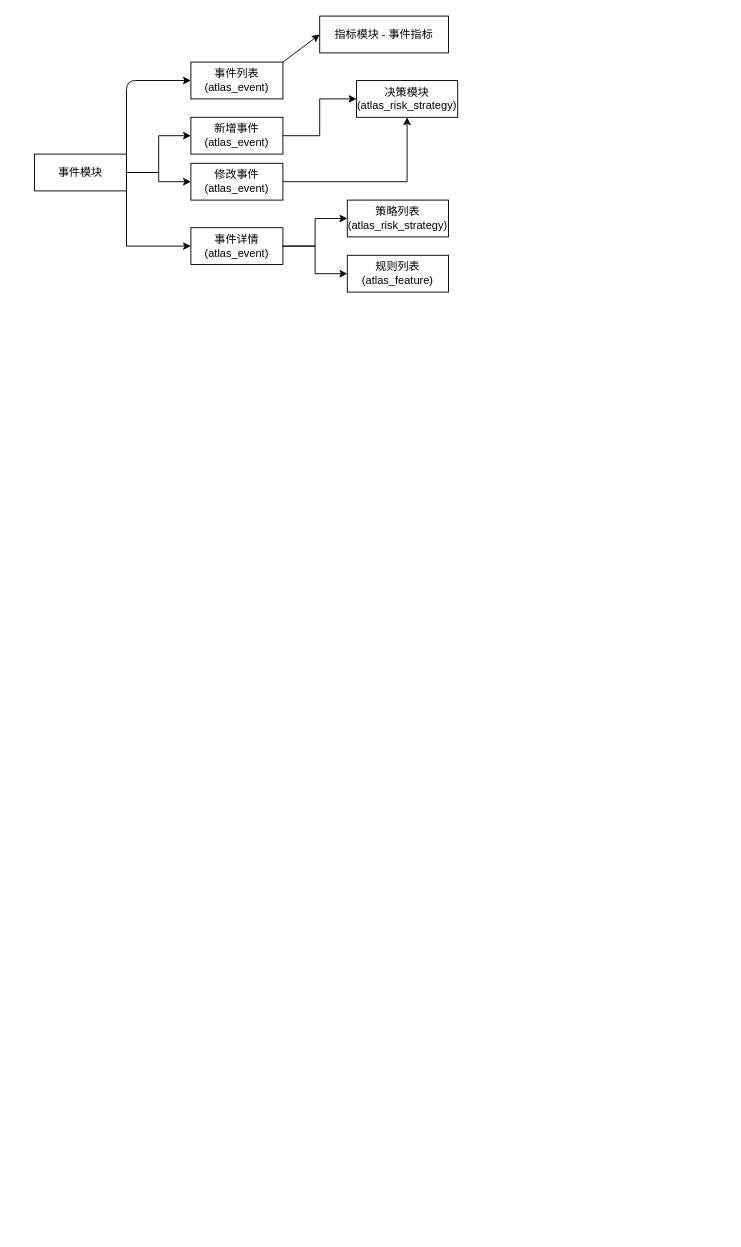
Before: strategy-4-user-case.drawio in learn2Pro/draw_io_save, a draw.io diagram. Source tidied: cells renumbered, new cells numbered last; positions are measured from the earlier drawing's top-left corner, leaving out a move shared by most shapes. Both pictures are drawn from the tidied source at 92%, with x=0, y=0 at pixel (34, 16).
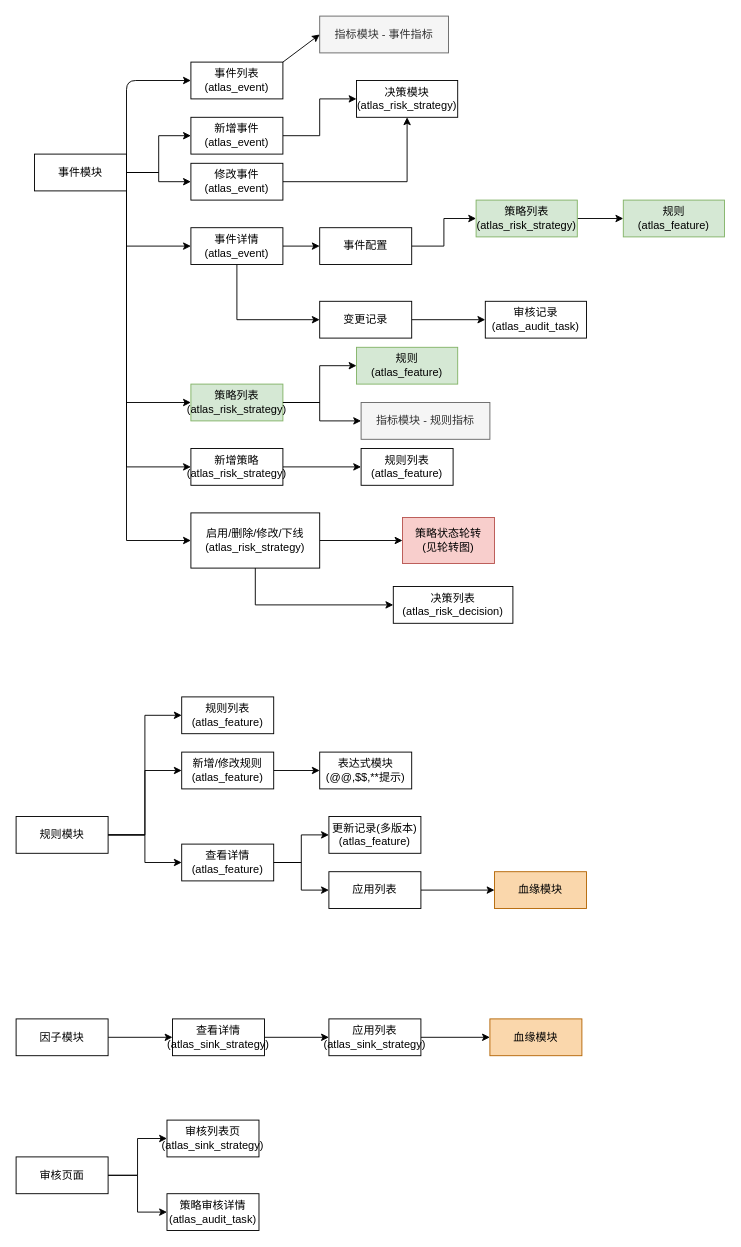
The same diagram, later.

The change refers to these unchanged cells:
```xml
<mxCell id="3" value="事件模块" style="rounded=0;whiteSpace=wrap;html=1;" parent="1" vertex="1">
  <mxGeometry y="150" width="100" height="40" as="geometry" />
</mxCell>
<mxCell id="15" value="事件详情(atlas_event)" style="rounded=0;whiteSpace=wrap;html=1;" parent="1" vertex="1">
  <mxGeometry x="170" y="230" width="100" height="40" as="geometry" />
</mxCell>
```

Change to the diagram source:
```diff
@@
+    <mxCell id="20" style="edgeStyle=orthogonalEdgeStyle;rounded=0;jettySize=auto;html=1;exitX=1;exitY=0.5;exitDx=0;exitDy=0;entryX=0;entryY=0.5;entryDx=0;entryDy=0;" parent="1" edge="1" source="3" target="28">
+      <mxGeometry relative="1" as="geometry">
+        <Array as="points">
+          <mxPoint x="100" y="420" />
+        </Array>
+      </mxGeometry>
+    </mxCell>
@@
-    <mxCell id="5" value="指标模块 - 事件指标" style="rounded=0;whiteSpace=wrap;html=1;" parent="1" vertex="1">
+    <mxCell id="5" value="指标模块 - 事件指标" style="rounded=0;whiteSpace=wrap;html=1;fillColor=#f5f5f5;strokeColor=#666666;fontColor=#333333;" parent="1" vertex="1">
       <mxGeometry x="310" width="140" height="40" as="geometry" />
     </mxCell>
@@
-    <mxCell id="14" style="edgeStyle=orthogonalEdgeStyle;rounded=0;jettySize=auto;html=1;entryX=0;entryY=0.5;entryDx=0;entryDy=0;" parent="1" edge="1" source="15" target="18">
-      <mxGeometry relative="1" as="geometry" />
-    </mxCell>
+    <mxCell id="21" style="edgeStyle=orthogonalEdgeStyle;rounded=0;jettySize=auto;html=1;" parent="1" edge="1" source="15" target="24">
+      <mxGeometry relative="1" as="geometry" />
+    </mxCell>
+    <mxCell id="22" style="edgeStyle=orthogonalEdgeStyle;rounded=0;jettySize=auto;html=1;entryX=0;entryY=0.5;entryDx=0;entryDy=0;" parent="1" edge="1" source="15" target="26">
+      <mxGeometry relative="1" as="geometry">
+        <Array as="points">
+          <mxPoint x="220" y="330" />
+        </Array>
+      </mxGeometry>
+    </mxCell>
@@
+    <mxCell id="23" style="edgeStyle=orthogonalEdgeStyle;rounded=0;jettySize=auto;html=1;" parent="1" edge="1" source="17" target="18">
+      <mxGeometry relative="1" as="geometry" />
+    </mxCell>
-    <mxCell id="17" value="策略列表(atlas_risk_strategy)" style="rounded=0;whiteSpace=wrap;html=1;" parent="1" vertex="1">
-      <mxGeometry x="340" y="200" width="110" height="40" as="geometry" />
+    <mxCell id="17" value="策略列表(atlas_risk_strategy)" style="rounded=0;whiteSpace=wrap;html=1;fillColor=#d5e8d4;strokeColor=#82b366;" parent="1" vertex="1">
+      <mxGeometry x="480" y="200" width="110" height="40" as="geometry" />
     </mxCell>
-    <mxCell id="18" value="规则列表(atlas_feature)" style="rounded=0;whiteSpace=wrap;html=1;" parent="1" vertex="1">
-      <mxGeometry x="340" y="260" width="110" height="40" as="geometry" />
+    <mxCell id="18" value="规则&lt;br&gt;(atlas_feature)" style="rounded=0;whiteSpace=wrap;html=1;fillColor=#d5e8d4;strokeColor=#82b366;" parent="1" vertex="1">
+      <mxGeometry x="640" y="200" width="110" height="40" as="geometry" />
     </mxCell>
-    <mxCell id="19" style="edgeStyle=orthogonalEdgeStyle;rounded=0;jettySize=auto;html=1;entryX=0;entryY=0.5;entryDx=0;entryDy=0;exitX=1;exitY=0.5;exitDx=0;exitDy=0;" parent="1" edge="1" source="15" target="17">
+    <mxCell id="19" style="edgeStyle=orthogonalEdgeStyle;rounded=0;jettySize=auto;html=1;entryX=0;entryY=0.5;entryDx=0;entryDy=0;exitX=1;exitY=0.5;exitDx=0;exitDy=0;" parent="1" edge="1" source="24" target="17">
       <mxGeometry relative="1" as="geometry" />
     </mxCell>
+    <mxCell id="24" value="事件配置" style="rounded=0;whiteSpace=wrap;html=1;" parent="1" vertex="1">
+      <mxGeometry x="310" y="230" width="100" height="40" as="geometry" />
+    </mxCell>
+    <mxCell id="25" style="edgeStyle=orthogonalEdgeStyle;rounded=0;jettySize=auto;html=1;" parent="1" edge="1" source="26" target="27">
+      <mxGeometry relative="1" as="geometry" />
+    </mxCell>
+    <mxCell id="26" value="变更记录" style="rounded=0;whiteSpace=wrap;html=1;" parent="1" vertex="1">
+      <mxGeometry x="310" y="310" width="100" height="40" as="geometry" />
+    </mxCell>
+    <mxCell id="27" value="审核记录(atlas_audit_task)" style="rounded=0;whiteSpace=wrap;html=1;" parent="1" vertex="1">
+      <mxGeometry x="490" y="310" width="110" height="40" as="geometry" />
+    </mxCell>
+    <mxCell id="28" value="策略列表(atlas_risk_strategy)" style="rounded=0;whiteSpace=wrap;html=1;fillColor=#d5e8d4;strokeColor=#82b366;" parent="1" vertex="1">
+      <mxGeometry x="170" y="400" width="100" height="40" as="geometry" />
+    </mxCell>
+    <mxCell id="29" value="规则&lt;br&gt;(atlas_feature)" style="rounded=0;whiteSpace=wrap;html=1;fillColor=#d5e8d4;strokeColor=#82b366;" parent="1" vertex="1">
+      <mxGeometry x="350" y="360" width="110" height="40" as="geometry" />
+    </mxCell>
+    <mxCell id="30" style="edgeStyle=orthogonalEdgeStyle;rounded=0;jettySize=auto;html=1;exitX=1;exitY=0.5;exitDx=0;exitDy=0;entryX=0;entryY=0.5;entryDx=0;entryDy=0;" parent="1" edge="1" source="28" target="35">
+      <mxGeometry relative="1" as="geometry">
+        <Array as="points">
+          <mxPoint x="310" y="420" />
+          <mxPoint x="310" y="440" />
+        </Array>
+      </mxGeometry>
+    </mxCell>
+    <mxCell id="31" style="edgeStyle=orthogonalEdgeStyle;rounded=0;jettySize=auto;html=1;entryX=0;entryY=0.5;entryDx=0;entryDy=0;" parent="1" edge="1" target="33">
+      <mxGeometry relative="1" as="geometry">
+        <mxPoint x="100" y="170" as="sourcePoint" />
+        <Array as="points">
+          <mxPoint x="100" y="490" />
+        </Array>
+      </mxGeometry>
+    </mxCell>
+    <mxCell id="32" style="edgeStyle=orthogonalEdgeStyle;rounded=0;jettySize=auto;html=1;" parent="1" edge="1" source="33" target="34">
+      <mxGeometry relative="1" as="geometry" />
+    </mxCell>
+    <mxCell id="33" value="新增策略(atlas_risk_strategy)" style="rounded=0;whiteSpace=wrap;html=1;" parent="1" vertex="1">
+      <mxGeometry x="170" y="470" width="100" height="40" as="geometry" />
+    </mxCell>
+    <mxCell id="34" value="规则列表(atlas_feature)" style="rounded=0;whiteSpace=wrap;html=1;" parent="1" vertex="1">
+      <mxGeometry x="355" y="470" width="100" height="40" as="geometry" />
+    </mxCell>
+    <mxCell id="35" value="指标模块 - 规则指标" style="rounded=0;whiteSpace=wrap;html=1;fillColor=#f5f5f5;strokeColor=#666666;fontColor=#333333;" parent="1" vertex="1">
+      <mxGeometry x="355" y="420" width="140" height="40" as="geometry" />
+    </mxCell>
+    <mxCell id="36" style="edgeStyle=orthogonalEdgeStyle;rounded=0;jettySize=auto;html=1;exitX=1;exitY=0.5;exitDx=0;exitDy=0;entryX=0;entryY=0.5;entryDx=0;entryDy=0;" parent="1" edge="1" source="28" target="29">
+      <mxGeometry relative="1" as="geometry" />
+    </mxCell>
+    <mxCell id="37" style="edgeStyle=orthogonalEdgeStyle;rounded=0;jettySize=auto;html=1;" parent="1" edge="1" source="38" target="40">
+      <mxGeometry relative="1" as="geometry" />
+    </mxCell>
+    <mxCell id="38" value="启用/删除/修改/下线(atlas_risk_strategy)" style="rounded=0;whiteSpace=wrap;html=1;" parent="1" vertex="1">
+      <mxGeometry x="170" y="540" width="140" height="60" as="geometry" />
+    </mxCell>
+    <mxCell id="39" style="edgeStyle=orthogonalEdgeStyle;rounded=0;jettySize=auto;html=1;entryX=0;entryY=0.5;entryDx=0;entryDy=0;" parent="1" edge="1" target="38">
+      <mxGeometry relative="1" as="geometry">
+        <mxPoint x="100" y="170" as="sourcePoint" />
+        <Array as="points">
+          <mxPoint x="100" y="570" />
+        </Array>
+      </mxGeometry>
+    </mxCell>
+    <mxCell id="40" value="策略状态轮转&lt;br&gt;(见轮转图)" style="whiteSpace=wrap;html=1;rounded=0;fillColor=#f8cecc;strokeColor=#b85450;" parent="1" vertex="1">
+      <mxGeometry x="400" y="545" width="100" height="50" as="geometry" />
+    </mxCell>
+    <mxCell id="41" value="决策列表(atlas_risk_decision)" style="rounded=0;whiteSpace=wrap;html=1;" parent="1" vertex="1">
+      <mxGeometry x="390" y="620" width="130" height="40" as="geometry" />
+    </mxCell>
+    <mxCell id="42" style="edgeStyle=orthogonalEdgeStyle;rounded=0;jettySize=auto;html=1;exitX=0.5;exitY=1;exitDx=0;exitDy=0;entryX=0;entryY=0.5;entryDx=0;entryDy=0;" parent="1" edge="1" source="38" target="41">
+      <mxGeometry relative="1" as="geometry" />
+    </mxCell>
+    <mxCell id="43" style="edgeStyle=orthogonalEdgeStyle;rounded=0;jettySize=auto;html=1;entryX=0;entryY=0.5;entryDx=0;entryDy=0;" parent="1" edge="1" source="44" target="45">
+      <mxGeometry relative="1" as="geometry" />
+    </mxCell>
+    <mxCell id="44" value="规则模块" style="rounded=0;whiteSpace=wrap;html=1;" parent="1" vertex="1">
+      <mxGeometry x="-20" y="870" width="100" height="40" as="geometry" />
+    </mxCell>
+    <mxCell id="45" value="规则列表&lt;br&gt;(atlas_feature)" style="whiteSpace=wrap;html=1;rounded=0;" parent="1" vertex="1">
+      <mxGeometry x="160" y="740" width="100" height="40" as="geometry" />
+    </mxCell>
+    <mxCell id="46" style="edgeStyle=orthogonalEdgeStyle;rounded=0;jettySize=auto;html=1;" parent="1" edge="1" source="47" target="49">
+      <mxGeometry relative="1" as="geometry" />
+    </mxCell>
+    <mxCell id="47" value="新增/修改规则&lt;br&gt;(atlas_feature)" style="whiteSpace=wrap;html=1;rounded=0;" parent="1" vertex="1">
+      <mxGeometry x="160" y="800" width="100" height="40" as="geometry" />
+    </mxCell>
+    <mxCell id="48" style="edgeStyle=orthogonalEdgeStyle;rounded=0;jettySize=auto;html=1;entryX=0;entryY=0.5;entryDx=0;entryDy=0;exitX=1;exitY=0.5;exitDx=0;exitDy=0;" parent="1" edge="1" source="44" target="51">
+      <mxGeometry relative="1" as="geometry" />
+    </mxCell>
+    <mxCell id="49" value="表达式模块(@@,$$,**提示)" style="whiteSpace=wrap;html=1;rounded=0;" parent="1" vertex="1">
+      <mxGeometry x="310" y="800" width="100" height="40" as="geometry" />
+    </mxCell>
+    <mxCell id="50" style="edgeStyle=orthogonalEdgeStyle;rounded=0;jettySize=auto;html=1;" parent="1" edge="1" source="51" target="53">
+      <mxGeometry relative="1" as="geometry" />
+    </mxCell>
+    <mxCell id="51" value="查看详情&lt;br&gt;(atlas_feature)" style="whiteSpace=wrap;html=1;rounded=0;" parent="1" vertex="1">
+      <mxGeometry x="160" y="900" width="100" height="40" as="geometry" />
+    </mxCell>
+    <mxCell id="52" style="edgeStyle=orthogonalEdgeStyle;rounded=0;jettySize=auto;html=1;entryX=0;entryY=0.5;entryDx=0;entryDy=0;exitX=1;exitY=0.5;exitDx=0;exitDy=0;" parent="1" edge="1" source="44" target="47">
+      <mxGeometry relative="1" as="geometry" />
+    </mxCell>
+    <mxCell id="53" value="更新记录(多版本)&lt;br&gt;(atlas_feature)" style="whiteSpace=wrap;html=1;rounded=0;" parent="1" vertex="1">
+      <mxGeometry x="320" y="870" width="100" height="40" as="geometry" />
+    </mxCell>
+    <mxCell id="54" style="edgeStyle=orthogonalEdgeStyle;rounded=0;jettySize=auto;html=1;" parent="1" edge="1" source="55" target="57">
+      <mxGeometry relative="1" as="geometry" />
+    </mxCell>
+    <mxCell id="55" value="应用列表" style="whiteSpace=wrap;html=1;rounded=0;" parent="1" vertex="1">
+      <mxGeometry x="320" y="930" width="100" height="40" as="geometry" />
+    </mxCell>
+    <mxCell id="56" style="edgeStyle=orthogonalEdgeStyle;rounded=0;jettySize=auto;html=1;exitX=1;exitY=0.5;exitDx=0;exitDy=0;entryX=0;entryY=0.5;entryDx=0;entryDy=0;" parent="1" edge="1" source="51" target="55">
+      <mxGeometry relative="1" as="geometry" />
+    </mxCell>
+    <mxCell id="57" value="血缘模块" style="whiteSpace=wrap;html=1;rounded=0;fillColor=#fad7ac;strokeColor=#b46504;" parent="1" vertex="1">
+      <mxGeometry x="500" y="930" width="100" height="40" as="geometry" />
+    </mxCell>
+    <mxCell id="58" style="edgeStyle=orthogonalEdgeStyle;rounded=0;jettySize=auto;html=1;" parent="1" edge="1" source="59" target="61">
+      <mxGeometry relative="1" as="geometry" />
+    </mxCell>
+    <mxCell id="59" value="因子模块" style="rounded=0;whiteSpace=wrap;html=1;" parent="1" vertex="1">
+      <mxGeometry x="-20" y="1090" width="100" height="40" as="geometry" />
+    </mxCell>
+    <mxCell id="60" style="edgeStyle=orthogonalEdgeStyle;rounded=0;jettySize=auto;html=1;" parent="1" edge="1" source="61" target="63">
+      <mxGeometry relative="1" as="geometry" />
+    </mxCell>
+    <mxCell id="61" value="查看详情&lt;br&gt;(atlas_sink_strategy)" style="whiteSpace=wrap;html=1;rounded=0;" parent="1" vertex="1">
+      <mxGeometry x="150" y="1090" width="100" height="40" as="geometry" />
+    </mxCell>
+    <mxCell id="62" style="edgeStyle=orthogonalEdgeStyle;rounded=0;jettySize=auto;html=1;" parent="1" edge="1" source="63" target="64">
+      <mxGeometry relative="1" as="geometry" />
+    </mxCell>
+    <mxCell id="63" value="应用列表&lt;br&gt;(atlas_sink_strategy)" style="whiteSpace=wrap;html=1;rounded=0;" parent="1" vertex="1">
+      <mxGeometry x="320" y="1090" width="100" height="40" as="geometry" />
+    </mxCell>
+    <mxCell id="64" value="血缘模块" style="whiteSpace=wrap;html=1;rounded=0;fillColor=#fad7ac;strokeColor=#b46504;" parent="1" vertex="1">
+      <mxGeometry x="495" y="1090" width="100" height="40" as="geometry" />
+    </mxCell>
+    <mxCell id="65" style="edgeStyle=orthogonalEdgeStyle;rounded=0;jettySize=auto;html=1;" parent="1" edge="1" source="66" target="67">
+      <mxGeometry relative="1" as="geometry" />
+    </mxCell>
+    <mxCell id="66" value="审核页面" style="rounded=0;whiteSpace=wrap;html=1;" parent="1" vertex="1">
+      <mxGeometry x="-20" y="1240" width="100" height="40" as="geometry" />
+    </mxCell>
+    <mxCell id="67" value="审核列表页&lt;br&gt;(atlas_sink_strategy)" style="whiteSpace=wrap;html=1;rounded=0;" parent="1" vertex="1">
+      <mxGeometry x="144" y="1200" width="100" height="40" as="geometry" />
+    </mxCell>
+    <mxCell id="68" value="策略审核详情&lt;br&gt;(atlas_audit_task)" style="whiteSpace=wrap;html=1;rounded=0;" parent="1" vertex="1">
+      <mxGeometry x="144" y="1280" width="100" height="40" as="geometry" />
+    </mxCell>
+    <mxCell id="69" style="edgeStyle=orthogonalEdgeStyle;rounded=0;jettySize=auto;html=1;exitX=1;exitY=0.5;exitDx=0;exitDy=0;entryX=0;entryY=0.5;entryDx=0;entryDy=0;" parent="1" edge="1" source="66" target="68">
+      <mxGeometry relative="1" as="geometry" />
+    </mxCell>
```
